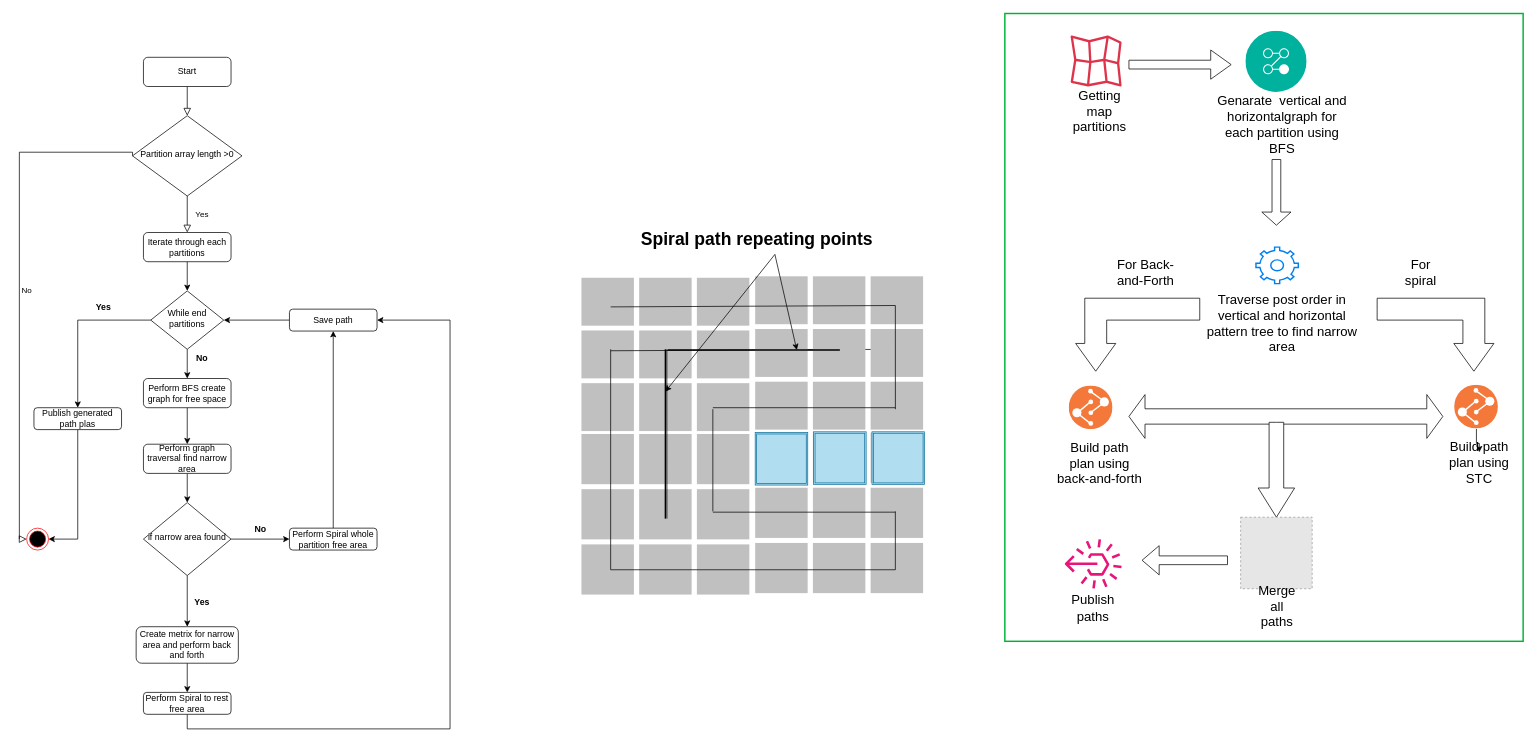
The draw.io diagram page "Page-3" (3 of 5) of Path planning flow chart.drawio in RandikaVS/Edfoci-chat-server, before the edit. Source tidied: cells renumbered, new cells numbered last; positions are measured from the earlier drawing's top-left corner, leaving out a move shared by most shapes. Both pictures are drawn from the tidied source at 73%, with x=0, y=0 at pixel (19, 13). Pictures stored in the file or linked from it are replaced by grey dashed boxes.
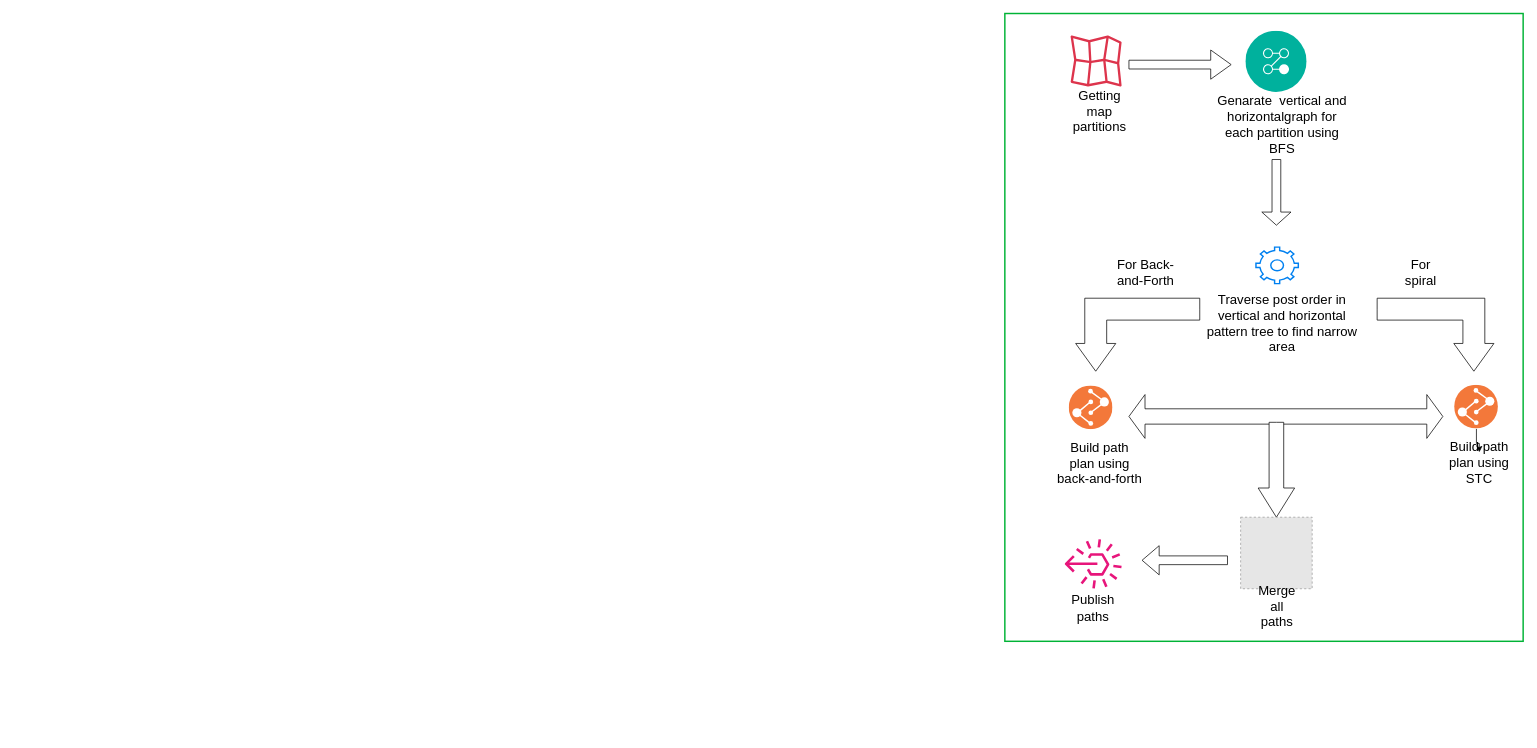
Above is the later version.

What changed in the source:
```diff
@@
-    <mxCell id="2" style="rounded=0;html=1;jettySize=auto;fontSize=11;endArrow=block;endFill=0;endSize=8;strokeWidth=1;shadow=0;labelBackgroundColor=none;edgeStyle=orthogonalEdgeStyle;exitX=0.5;exitY=1;exitDx=0;exitDy=0;" parent="1" edge="1" source="8" target="5">
-      <mxGeometry relative="1" as="geometry" />
-    </mxCell>
-    <mxCell id="3" value="Yes" style="rounded=0;html=1;jettySize=auto;fontSize=11;endArrow=block;endFill=0;endSize=8;strokeWidth=1;shadow=0;labelBackgroundColor=none;edgeStyle=orthogonalEdgeStyle;entryX=0.5;entryY=0;entryDx=0;entryDy=0;" parent="1" edge="1" source="5" target="7">
-      <mxGeometry y="20" relative="1" as="geometry" />
-    </mxCell>
-    <mxCell id="4" value="No" style="edgeStyle=orthogonalEdgeStyle;rounded=0;html=1;jettySize=auto;fontSize=11;endArrow=block;endFill=0;endSize=8;strokeWidth=1;shadow=0;labelBackgroundColor=none;exitX=0;exitY=0.5;exitDx=0;exitDy=0;entryX=0;entryY=0.5;entryDx=0;entryDy=0;" parent="1" edge="1" source="5" target="26">
-      <mxGeometry y="10" relative="1" as="geometry">
-        <Array as="points">
-          <mxPoint x="155" y="190" />
-          <mxPoint y="190" />
-          <mxPoint y="720" />
-        </Array>
-      </mxGeometry>
-    </mxCell>
-    <mxCell id="5" value="Partition array length &amp;gt;0" style="rhombus;whiteSpace=wrap;html=1;shadow=0;fontFamily=Helvetica;fontSize=12;align=center;strokeWidth=1;spacing=6;spacingTop=-4;" parent="1" vertex="1">
-      <mxGeometry x="155" y="140" width="150" height="110" as="geometry" />
-    </mxCell>
-    <mxCell id="6" style="edgeStyle=orthogonalEdgeStyle;rounded=0;jettySize=auto;html=1;exitX=0.5;exitY=1;exitDx=0;exitDy=0;entryX=0.5;entryY=0;entryDx=0;entryDy=0;" parent="1" edge="1" source="7" target="13">
-      <mxGeometry relative="1" as="geometry" />
-    </mxCell>
-    <mxCell id="7" value="Iterate through each partitions" style="rounded=1;whiteSpace=wrap;html=1;fontSize=12;glass=0;strokeWidth=1;shadow=0;" parent="1" vertex="1">
-      <mxGeometry x="170" y="300" width="120" height="40" as="geometry" />
-    </mxCell>
-    <mxCell id="8" value="Start" style="rounded=1;whiteSpace=wrap;html=1;fontSize=12;glass=0;strokeWidth=1;shadow=0;" parent="1" vertex="1">
-      <mxGeometry x="170" y="60" width="120" height="40" as="geometry" />
-    </mxCell>
-    <mxCell id="9" style="edgeStyle=orthogonalEdgeStyle;rounded=0;jettySize=auto;html=1;exitX=0.5;exitY=1;exitDx=0;exitDy=0;entryX=0.5;entryY=0;entryDx=0;entryDy=0;" parent="1" edge="1" source="10" target="15">
-      <mxGeometry relative="1" as="geometry" />
-    </mxCell>
-    <mxCell id="10" value="Perform BFS create graph for free space" style="rounded=1;whiteSpace=wrap;html=1;fontSize=12;glass=0;strokeWidth=1;shadow=0;" parent="1" vertex="1">
-      <mxGeometry x="170" y="500" width="120" height="40" as="geometry" />
-    </mxCell>
-    <mxCell id="11" style="edgeStyle=orthogonalEdgeStyle;rounded=0;jettySize=auto;html=1;exitX=0.5;exitY=1;exitDx=0;exitDy=0;entryX=0.5;entryY=0;entryDx=0;entryDy=0;" parent="1" edge="1" source="13" target="10">
-      <mxGeometry relative="1" as="geometry" />
-    </mxCell>
-    <mxCell id="12" style="edgeStyle=orthogonalEdgeStyle;rounded=0;jettySize=auto;html=1;exitX=0;exitY=0.5;exitDx=0;exitDy=0;entryX=0.5;entryY=0;entryDx=0;entryDy=0;" parent="1" edge="1" source="13" target="31">
-      <mxGeometry relative="1" as="geometry" />
-    </mxCell>
-    <mxCell id="13" value="While end partitions" style="rhombus;whiteSpace=wrap;html=1;shadow=0;fontFamily=Helvetica;fontSize=12;align=center;strokeWidth=1;spacing=6;spacingTop=-4;" parent="1" vertex="1">
-      <mxGeometry x="180" y="380" width="100" height="80" as="geometry" />
-    </mxCell>
-    <mxCell id="14" style="edgeStyle=orthogonalEdgeStyle;rounded=0;jettySize=auto;html=1;exitX=0.5;exitY=1;exitDx=0;exitDy=0;entryX=0.5;entryY=0;entryDx=0;entryDy=0;" parent="1" edge="1" source="15" target="18">
-      <mxGeometry relative="1" as="geometry" />
-    </mxCell>
-    <mxCell id="15" value="Perform graph traversal find narrow area" style="rounded=1;whiteSpace=wrap;html=1;fontSize=12;glass=0;strokeWidth=1;shadow=0;" parent="1" vertex="1">
-      <mxGeometry x="170" y="590" width="120" height="40" as="geometry" />
-    </mxCell>
-    <mxCell id="16" style="edgeStyle=orthogonalEdgeStyle;rounded=0;jettySize=auto;html=1;exitX=1;exitY=0.5;exitDx=0;exitDy=0;entryX=0;entryY=0.5;entryDx=0;entryDy=0;" parent="1" edge="1" source="18" target="29">
-      <mxGeometry relative="1" as="geometry" />
-    </mxCell>
-    <mxCell id="17" style="edgeStyle=orthogonalEdgeStyle;rounded=0;jettySize=auto;html=1;exitX=0.5;exitY=1;exitDx=0;exitDy=0;" parent="1" edge="1" source="18" target="22">
-      <mxGeometry relative="1" as="geometry" />
-    </mxCell>
-    <mxCell id="18" value="if narrow area found" style="rhombus;whiteSpace=wrap;html=1;shadow=0;fontFamily=Helvetica;fontSize=12;align=center;strokeWidth=1;spacing=6;spacingTop=-4;" parent="1" vertex="1">
-      <mxGeometry x="170" y="670" width="120" height="100" as="geometry" />
-    </mxCell>
-    <mxCell id="19" value="No" style="text;align=center;fontStyle=1;verticalAlign=middle;spacingLeft=3;spacingRight=3;strokeColor=none;html=1;" parent="1" vertex="1">
-      <mxGeometry x="290" y="694" width="80" height="26" as="geometry" />
-    </mxCell>
-    <mxCell id="20" value="No" style="text;align=center;fontStyle=1;verticalAlign=middle;spacingLeft=3;spacingRight=3;strokeColor=none;html=1;" parent="1" vertex="1">
-      <mxGeometry x="210" y="460" width="80" height="26" as="geometry" />
-    </mxCell>
-    <mxCell id="21" style="edgeStyle=orthogonalEdgeStyle;rounded=0;jettySize=auto;html=1;exitX=0.5;exitY=1;exitDx=0;exitDy=0;entryX=0.5;entryY=0;entryDx=0;entryDy=0;" parent="1" edge="1" source="22" target="25">
-      <mxGeometry relative="1" as="geometry" />
-    </mxCell>
-    <mxCell id="22" value="Create metrix for narrow area and perform back and forth" style="rounded=1;whiteSpace=wrap;html=1;fontSize=12;glass=0;strokeWidth=1;shadow=0;" parent="1" vertex="1">
-      <mxGeometry x="160" y="840" width="140" height="50" as="geometry" />
-    </mxCell>
-    <mxCell id="23" value="Yes" style="text;align=center;fontStyle=1;verticalAlign=middle;spacingLeft=3;spacingRight=3;strokeColor=none;html=1;" parent="1" vertex="1">
-      <mxGeometry x="210" y="794" width="80" height="26" as="geometry" />
-    </mxCell>
-    <mxCell id="24" style="edgeStyle=orthogonalEdgeStyle;rounded=0;jettySize=auto;html=1;exitX=0.5;exitY=1;exitDx=0;exitDy=0;entryX=1;entryY=0.5;entryDx=0;entryDy=0;" parent="1" edge="1" source="25" target="58">
-      <mxGeometry relative="1" as="geometry">
-        <Array as="points">
-          <mxPoint x="230" y="980" />
-          <mxPoint x="590" y="980" />
-          <mxPoint x="590" y="420" />
-        </Array>
-      </mxGeometry>
-    </mxCell>
-    <mxCell id="25" value="Perform Spiral to rest free area" style="rounded=1;whiteSpace=wrap;html=1;fontSize=12;glass=0;strokeWidth=1;shadow=0;" parent="1" vertex="1">
-      <mxGeometry x="170" y="930" width="120" height="30" as="geometry" />
-    </mxCell>
-    <mxCell id="26" style="ellipse;html=1;shape=endState;fillColor=#000000;strokeColor=#ff0000;" parent="1" vertex="1">
-      <mxGeometry x="10" y="705" width="30" height="30" as="geometry" />
-    </mxCell>
-    <mxCell id="27" value="Yes" style="text;align=center;fontStyle=1;verticalAlign=middle;spacingLeft=3;spacingRight=3;strokeColor=none;html=1;" parent="1" vertex="1">
-      <mxGeometry x="75" y="390" width="80" height="26" as="geometry" />
-    </mxCell>
-    <mxCell id="28" style="edgeStyle=orthogonalEdgeStyle;rounded=0;jettySize=auto;html=1;exitX=0.5;exitY=0;exitDx=0;exitDy=0;" parent="1" edge="1" source="29" target="58">
-      <mxGeometry relative="1" as="geometry" />
-    </mxCell>
-    <mxCell id="29" value="Perform Spiral whole partition free area" style="rounded=1;whiteSpace=wrap;html=1;fontSize=12;glass=0;strokeWidth=1;shadow=0;" parent="1" vertex="1">
-      <mxGeometry x="370" y="705" width="120" height="30" as="geometry" />
-    </mxCell>
-    <mxCell id="30" style="edgeStyle=orthogonalEdgeStyle;rounded=0;jettySize=auto;html=1;exitX=0.5;exitY=1;exitDx=0;exitDy=0;entryX=1;entryY=0.5;entryDx=0;entryDy=0;" parent="1" edge="1" source="31" target="26">
-      <mxGeometry relative="1" as="geometry" />
-    </mxCell>
-    <mxCell id="31" value="Publish generated path plas" style="rounded=1;whiteSpace=wrap;html=1;fontSize=12;glass=0;strokeWidth=1;shadow=0;" parent="1" vertex="1">
-      <mxGeometry x="20" y="540" width="120" height="30" as="geometry" />
-    </mxCell>
-    <mxCell id="32" style="group;" parent="1" vertex="1">
-      <mxGeometry x="770" y="360" width="470" height="436" as="geometry" />
-    </mxCell>
-    <mxCell id="33" style="group;" parent="32" vertex="1">
-      <mxGeometry y="2" width="230" height="434" as="geometry" />
-    </mxCell>
-    <mxCell id="34" style="html=1;verticalLabelPosition=bottom;labelBackgroundColor=#ffffff;verticalAlign=top;shadow=0;dashed=0;strokeWidth=1;shape=mxgraph.ios7ui.iconGrid;fillColor=#c0c0c0;gridSize=3,3;" parent="33" vertex="1">
-      <mxGeometry width="230" height="210" as="geometry" />
-    </mxCell>
-    <mxCell id="35" style="html=1;verticalLabelPosition=bottom;labelBackgroundColor=#ffffff;verticalAlign=top;shadow=0;dashed=0;strokeWidth=1;shape=mxgraph.ios7ui.iconGrid;fillColor=#c0c0c0;gridSize=3,3;" parent="33" vertex="1">
-      <mxGeometry y="214" width="230" height="220" as="geometry" />
-    </mxCell>
-    <mxCell id="36" style="endArrow=none;html=1;strokeWidth=1;rounded=0;exitX=0.835;exitY=0.867;exitDx=0;exitDy=0;exitPerimeter=0;" parent="33" edge="1">
-      <mxGeometry relative="1" as="geometry">
-        <mxPoint x="180" y="320" as="sourcePoint" />
-        <mxPoint x="180" y="180" as="targetPoint" />
-      </mxGeometry>
-    </mxCell>
-    <mxCell id="37" style="endArrow=none;html=1;strokeWidth=1;rounded=0;exitX=0.835;exitY=0.867;exitDx=0;exitDy=0;exitPerimeter=0;" parent="33" edge="1">
-      <mxGeometry relative="1" as="geometry">
-        <mxPoint x="40" y="400" as="sourcePoint" />
-        <mxPoint x="40" y="98" as="targetPoint" />
-      </mxGeometry>
-    </mxCell>
-    <mxCell id="38" style="endArrow=none;html=1;strokeWidth=1;rounded=0;exitX=0.835;exitY=0.867;exitDx=0;exitDy=0;exitPerimeter=0;" parent="33" edge="1">
-      <mxGeometry relative="1" as="geometry">
-        <mxPoint x="117.1" y="329.9" as="sourcePoint" />
-        <mxPoint x="117" y="98" as="targetPoint" />
-      </mxGeometry>
-    </mxCell>
-    <mxCell id="39" style="endArrow=none;html=1;strokeWidth=1;rounded=0;exitX=0.174;exitY=0.19;exitDx=0;exitDy=0;exitPerimeter=0;" parent="33" edge="1">
-      <mxGeometry relative="1" as="geometry">
-        <mxPoint x="40" y="100" as="sourcePoint" />
-        <mxPoint x="430" y="98" as="targetPoint" />
-      </mxGeometry>
-    </mxCell>
-    <mxCell id="40" style="line;strokeWidth=2;direction=south;html=1;" parent="33" vertex="1">
-      <mxGeometry x="110" y="98" width="10" height="232" as="geometry" />
-    </mxCell>
-    <mxCell id="41" style="group;" parent="32" vertex="1">
-      <mxGeometry x="238" width="232" height="434" as="geometry" />
-    </mxCell>
-    <mxCell id="42" style="html=1;verticalLabelPosition=bottom;labelBackgroundColor=#ffffff;verticalAlign=top;shadow=0;dashed=0;strokeWidth=1;shape=mxgraph.ios7ui.iconGrid;fillColor=#c0c0c0;gridSize=3,3;" parent="41" vertex="1">
-      <mxGeometry width="230" height="210" as="geometry" />
-    </mxCell>
-    <mxCell id="43" style="html=1;verticalLabelPosition=bottom;labelBackgroundColor=#ffffff;verticalAlign=top;shadow=0;dashed=0;strokeWidth=1;shape=mxgraph.ios7ui.iconGrid;fillColor=#c0c0c0;gridSize=3,3;" parent="41" vertex="1">
-      <mxGeometry y="214" width="230" height="220" as="geometry" />
-    </mxCell>
-    <mxCell id="44" style="shape=ext;double=1;whiteSpace=wrap;html=1;strokeColor=#10739e;fillColor=#b1ddf0;" parent="41" vertex="1">
-      <mxGeometry x="160" y="213" width="72" height="72" as="geometry" />
-    </mxCell>
-    <mxCell id="45" style="shape=ext;double=1;whiteSpace=wrap;html=1;strokeColor=#10739e;fillColor=#b1ddf0;" parent="41" vertex="1">
-      <mxGeometry x="80" y="213" width="72" height="72" as="geometry" />
-    </mxCell>
-    <mxCell id="46" style="shape=ext;double=1;whiteSpace=wrap;html=1;strokeColor=#10739e;fillColor=#b1ddf0;" parent="41" vertex="1">
-      <mxGeometry y="214" width="72" height="72" as="geometry" />
-    </mxCell>
-    <mxCell id="47" style="endArrow=none;html=1;strokeWidth=1;rounded=0;" parent="41" edge="1">
-      <mxGeometry relative="1" as="geometry">
-        <mxPoint x="-58" y="323.1" as="sourcePoint" />
-        <mxPoint x="192" y="323.1" as="targetPoint" />
-      </mxGeometry>
-    </mxCell>
-    <mxCell id="48" style="endArrow=none;html=1;strokeWidth=1;rounded=0;" parent="41" edge="1">
-      <mxGeometry relative="1" as="geometry">
-        <mxPoint x="192" y="402" as="sourcePoint" />
-        <mxPoint x="192" y="322" as="targetPoint" />
-      </mxGeometry>
-    </mxCell>
-    <mxCell id="49" style="endArrow=none;html=1;strokeWidth=1;rounded=0;exitX=0.174;exitY=0.19;exitDx=0;exitDy=0;exitPerimeter=0;" parent="41" edge="1">
-      <mxGeometry relative="1" as="geometry">
-        <mxPoint x="-198" y="402" as="sourcePoint" />
-        <mxPoint x="192" y="402" as="targetPoint" />
-      </mxGeometry>
-    </mxCell>
-    <mxCell id="50" style="line;strokeWidth=2;direction=west;html=1;" parent="41" vertex="1">
-      <mxGeometry x="-120" y="96" width="236" height="10" as="geometry" />
-    </mxCell>
-    <mxCell id="51" style="endArrow=none;html=1;strokeWidth=1;rounded=0;exitX=0.174;exitY=0.19;exitDx=0;exitDy=0;exitPerimeter=0;" parent="1" edge="1" source="34">
-      <mxGeometry relative="1" as="geometry">
-        <mxPoint x="1200" y="400" as="targetPoint" />
-      </mxGeometry>
-    </mxCell>
-    <mxCell id="52" style="endArrow=none;html=1;strokeWidth=1;rounded=0;" parent="1" edge="1">
-      <mxGeometry relative="1" as="geometry">
-        <mxPoint x="950" y="540" as="sourcePoint" />
-        <mxPoint x="1200" y="540" as="targetPoint" />
-      </mxGeometry>
-    </mxCell>
-    <mxCell id="53" style="endArrow=none;html=1;strokeWidth=1;rounded=0;exitX=0.835;exitY=0.867;exitDx=0;exitDy=0;exitPerimeter=0;" parent="1" edge="1" source="42">
-      <mxGeometry relative="1" as="geometry">
-        <mxPoint x="1200" y="400" as="targetPoint" />
-      </mxGeometry>
-    </mxCell>
-    <mxCell id="54" value="Spiral path repeating points" style="text;strokeColor=none;fillColor=none;html=1;fontSize=24;fontStyle=1;verticalAlign=middle;align=center;" parent="1" vertex="1">
-      <mxGeometry x="960" y="290" width="100" height="40" as="geometry" />
-    </mxCell>
-    <mxCell id="55" style="endArrow=classic;html=1;rounded=0;exitX=0.75;exitY=1;exitDx=0;exitDy=0;entryX=0.25;entryY=0.5;entryDx=0;entryDy=0;entryPerimeter=0;" parent="1" edge="1" source="54" target="50">
-      <mxGeometry relative="1" as="geometry" />
-    </mxCell>
-    <mxCell id="56" style="endArrow=classic;html=1;rounded=0;exitX=0.75;exitY=1;exitDx=0;exitDy=0;entryX=0.25;entryY=0.5;entryDx=0;entryDy=0;entryPerimeter=0;" parent="1" edge="1" source="54" target="40">
-      <mxGeometry relative="1" as="geometry" />
-    </mxCell>
-    <mxCell id="57" style="edgeStyle=orthogonalEdgeStyle;rounded=0;jettySize=auto;html=1;entryX=1;entryY=0.5;entryDx=0;entryDy=0;" parent="1" edge="1" source="58" target="13">
-      <mxGeometry relative="1" as="geometry" />
-    </mxCell>
-    <mxCell id="58" value="Save path" style="rounded=1;whiteSpace=wrap;html=1;fontSize=12;glass=0;strokeWidth=1;shadow=0;" parent="1" vertex="1">
-      <mxGeometry x="370" y="405" width="120" height="30" as="geometry" />
-    </mxCell>
```
